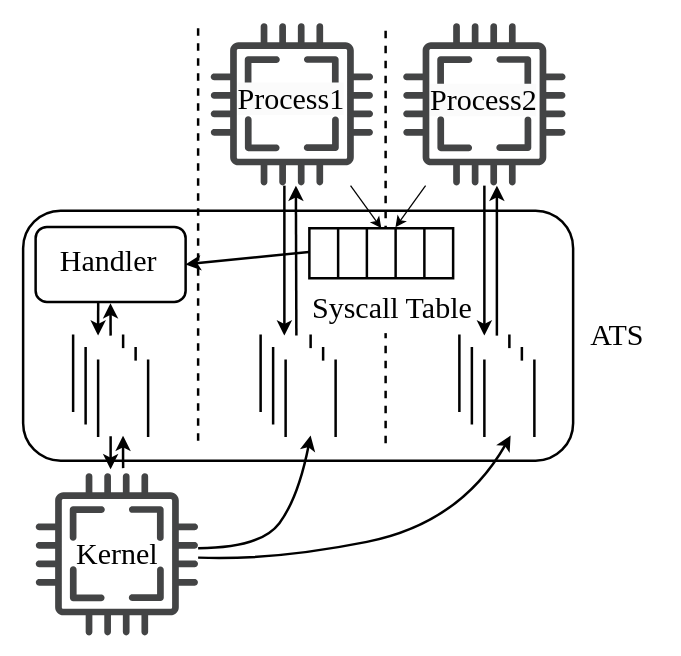
Before: assets/central_sche2.drawio in oscourse-tsinghua/openingreport-zfliang2023, a draw.io diagram. Source tidied: cells renumbered, new cells numbered last; positions are measured from the earlier drawing's top-left corner, leaving out a move shared by most shapes. Both pictures are drawn from the tidied source at 125%, with x=0, y=0 at pixel (22, 22).
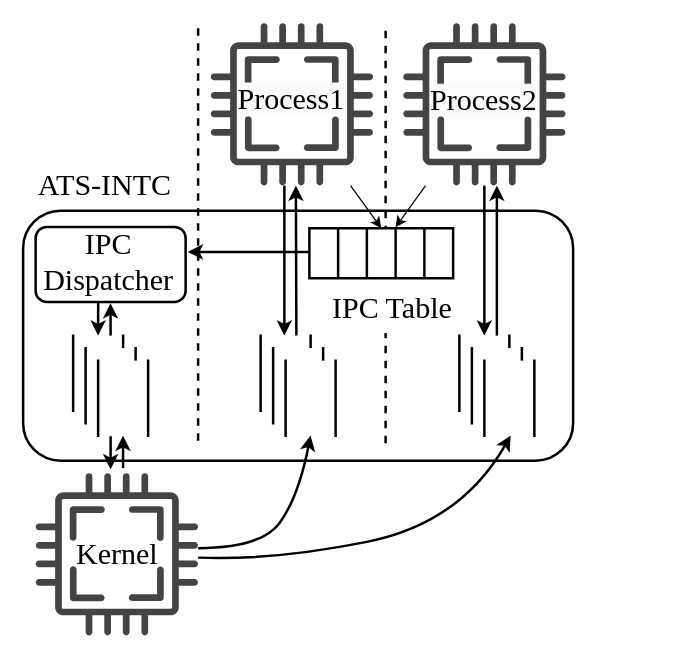
The same diagram, later.

Unchanged cells that the change refers to:
```xml
<mxCell id="6" style="shape=tableRow;horizontal=0;startSize=0;swimlaneHead=0;swimlaneBody=0;top=0;left=0;bottom=0;right=0;fillColor=none;points=[[0,0.5],[1,0.5]];portConstraint=eastwest;fontFamily=Times New Roman;fontSize=48;" parent="5" vertex="1">
  <mxGeometry width="115" height="40" as="geometry" />
</mxCell>
<mxCell id="33" style="rounded=1;whiteSpace=wrap;html=1;strokeWidth=2;fillColor=default;" parent="32" vertex="1">
  <mxGeometry width="120" height="60" as="geometry" />
</mxCell>
```

Diff of the diagram source:
```diff
@@
-    <mxCell id="19" style="endArrow=classic;html=1;strokeWidth=2;entryX=1;entryY=0.5;entryDx=0;entryDy=0;exitX=-0.003;exitY=0.476;exitDx=0;exitDy=0;exitPerimeter=0;" parent="1" edge="1" source="6" target="33">
+    <mxCell id="19" style="endArrow=classic;html=1;strokeWidth=2;exitX=-0.003;exitY=0.476;exitDx=0;exitDy=0;exitPerimeter=0;entryX=0.99;entryY=0.386;entryDx=0;entryDy=0;entryPerimeter=0;" parent="1" edge="1" source="6" target="34">
       <mxGeometry relative="1" as="geometry" />
     </mxCell>
-    <mxCell id="20" value="&lt;font face=&quot;Times New Roman&quot; style=&quot;font-size: 24px;&quot;&gt;ATS&lt;/font&gt;" style="text;html=1;align=center;verticalAlign=middle;strokeColor=none;fillColor=none;" parent="1" vertex="1">
-      <mxGeometry x="440" y="230" width="70" height="40" as="geometry" />
+    <mxCell id="20" value="&lt;font face=&quot;Times New Roman&quot; style=&quot;font-size: 24px;&quot;&gt;ATS-INTC&lt;/font&gt;" style="text;html=1;align=center;verticalAlign=middle;strokeColor=none;fillColor=none;" parent="1" vertex="1">
+      <mxGeometry y="110" width="130" height="40" as="geometry" />
     </mxCell>
@@
-    <mxCell id="31" value="&lt;font face=&quot;Times New Roman&quot; style=&quot;font-size: 24px;&quot;&gt;Syscall Table&lt;/font&gt;" style="text;html=1;align=center;verticalAlign=middle;strokeColor=none;fillColor=default;" parent="1" vertex="1">
-      <mxGeometry x="220" y="208" width="150" height="40" as="geometry" />
+    <mxCell id="31" value="&lt;font face=&quot;Times New Roman&quot; style=&quot;font-size: 24px;&quot;&gt;IPC Table&lt;/font&gt;" style="text;html=1;align=center;verticalAlign=middle;strokeColor=none;fillColor=default;" parent="1" vertex="1">
+      <mxGeometry x="235" y="208" width="120" height="40" as="geometry" />
     </mxCell>
     <mxCell id="32" style="group;" parent="1" vertex="1">
-      <mxGeometry x="10" y="163" width="120" height="60" as="geometry" />
+      <mxGeometry x="10" y="163" width="123" height="63" as="geometry" />
     </mxCell>
@@
-    <mxCell id="34" value="&lt;font face=&quot;Times New Roman&quot; style=&quot;font-size: 24px;&quot;&gt;Handler&lt;br&gt;&lt;/font&gt;" style="text;html=1;align=center;verticalAlign=middle;points=[];strokeColor=none;fillColor=none;" parent="32" vertex="1">
-      <mxGeometry x="8" y="8" width="100" height="40" as="geometry" />
+    <mxCell id="34" value="&lt;font face=&quot;Times New Roman&quot; style=&quot;font-size: 24px;&quot;&gt;IPC&lt;br&gt;Dispatcher&lt;br&gt;&lt;/font&gt;" style="text;html=1;align=center;verticalAlign=middle;points=[];strokeColor=none;fillColor=none;" parent="32" vertex="1">
+      <mxGeometry x="-7" y="-7" width="130" height="70" as="geometry" />
     </mxCell>
```
